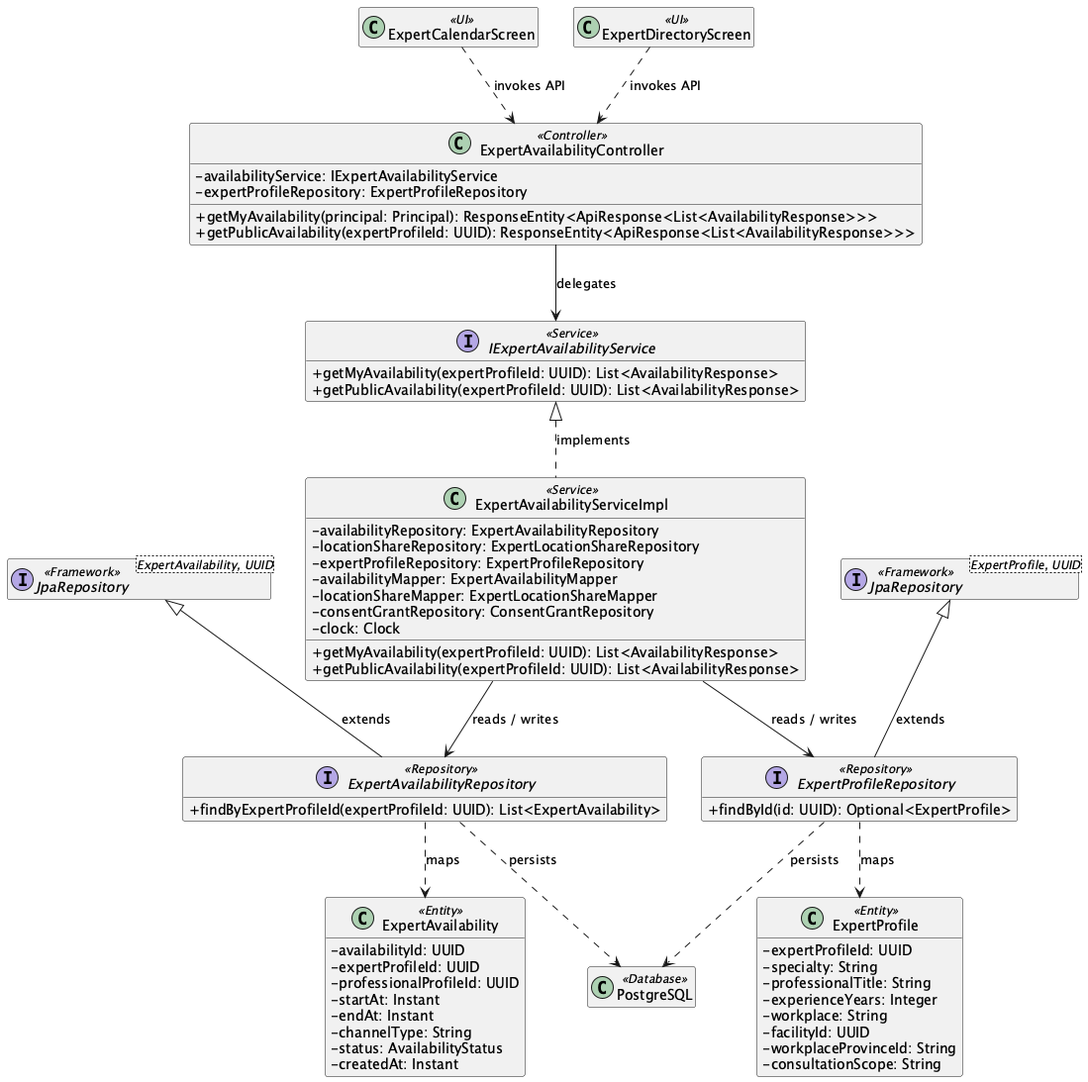
ChuongBDHE172784/CareBridge_SEP490_G79 keeps this PlantUML diagram as 03_Design/Detailed_Design/MF05_Verified_Expert_Network/images/02_Expert_Directory_and_Availability_ClassDiagram.png. Above is the earlier version.
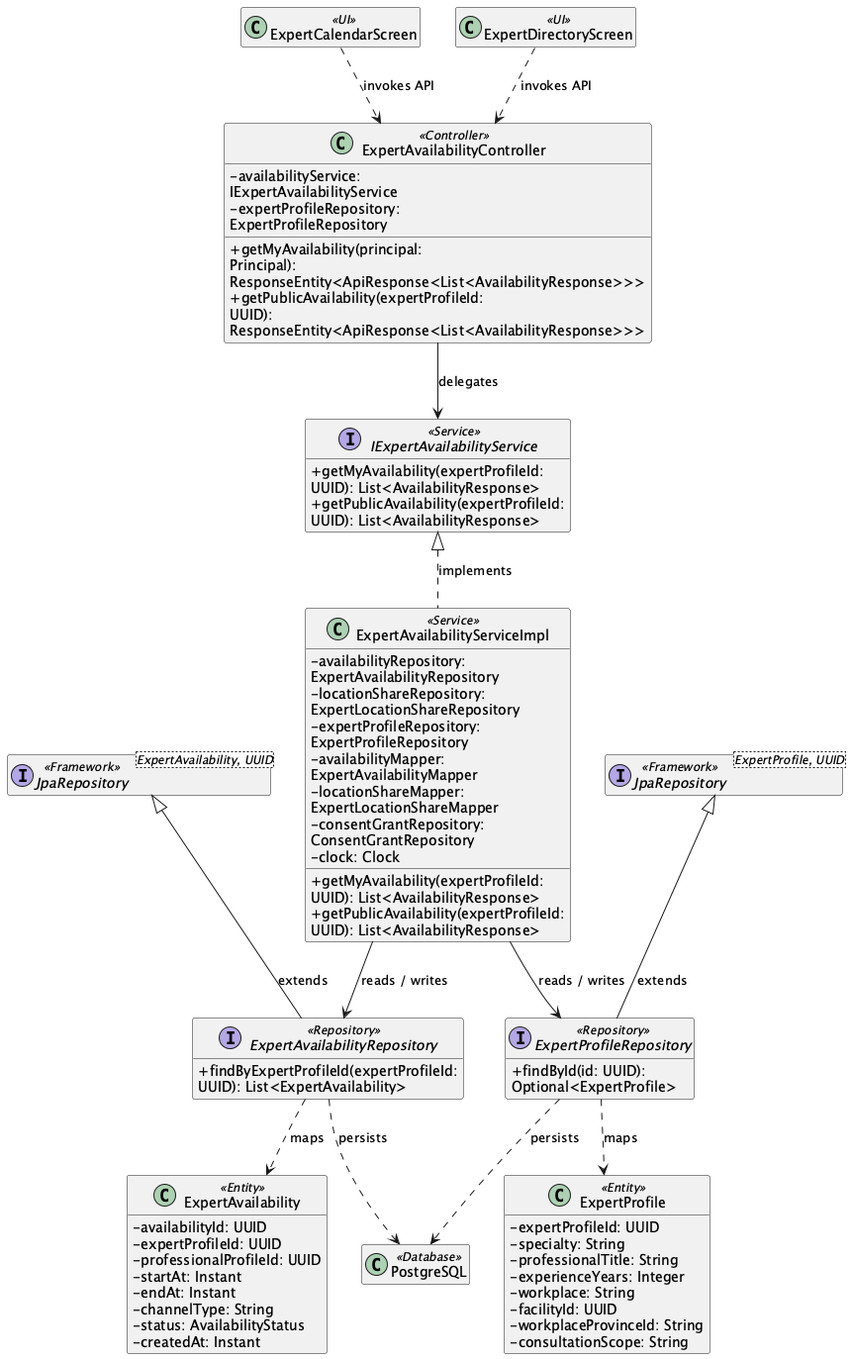
The same file after the commit.

Change to the diagram source:
```diff
@@ -1,5 +1,6 @@
-@startuml
+@startuml ClassDiagram_02ExpertDirectoryandAvailability
 skinparam classAttributeIconSize 0
+skinparam wrapWidth 250
 hide empty members
 
 class "ExpertCalendarScreen" as UIExpertCalendarScreen <<UI>>
```
